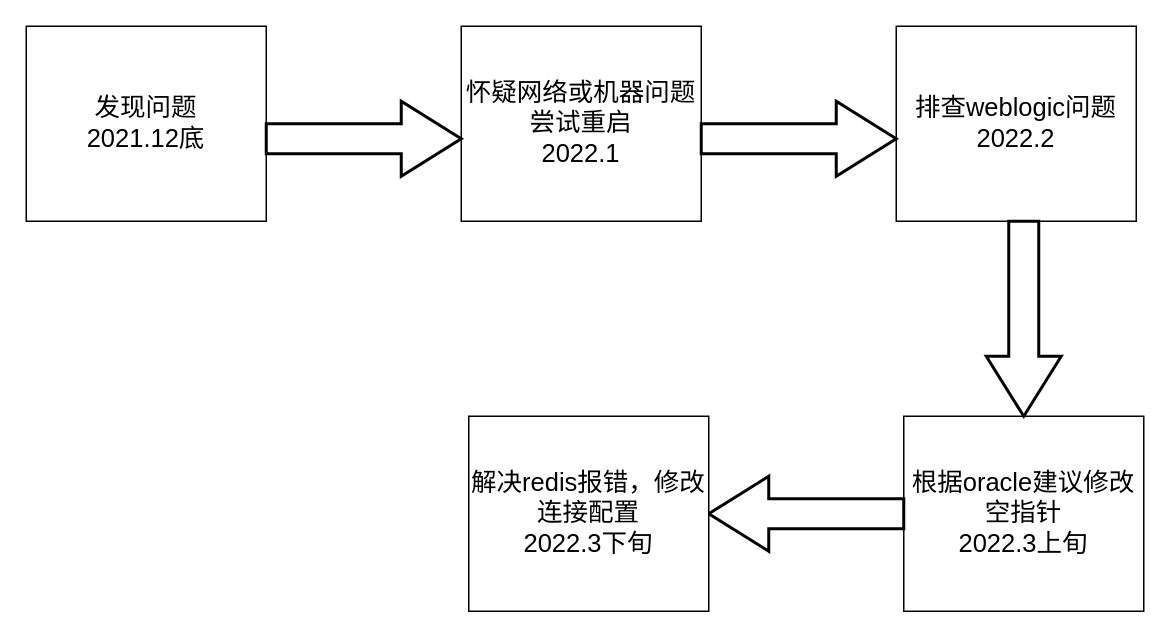
Before: 未命名绘图3.drawio in 158698706/tt4a, a draw.io diagram. Source tidied: cells renumbered, new cells numbered last; positions are measured from the earlier drawing's top-left corner, leaving out a move shared by most shapes. Both pictures are drawn from the tidied source at 150%, with x=0, y=0 at pixel (26, 26).
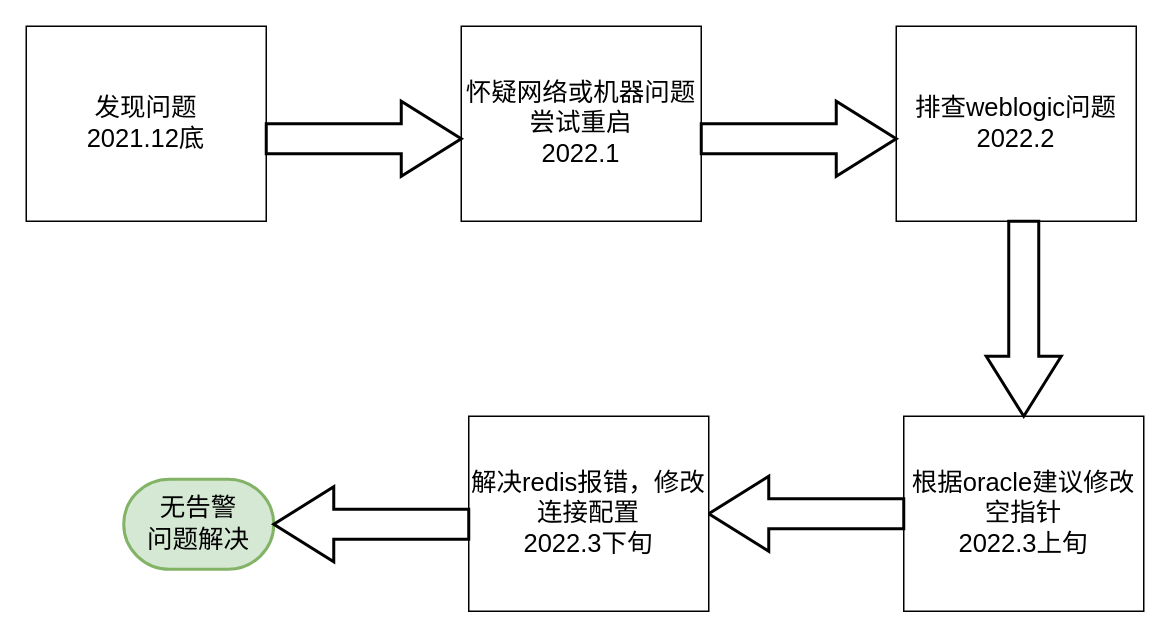
The same page after the edit.

Commit message (it also covers changes not shown here):
更新未命名绘图3.drawio

Change to the diagram source:
```diff
@@
 <mxGraphModel>
   <root>
     <mxCell id="0" />
     <mxCell id="1" parent="0" />
     <mxCell id="2" value="发现问题&lt;br style=&quot;font-size: 17px;&quot;&gt;2021.12底" style="rounded=0;whiteSpace=wrap;html=1;fontSize=17;" parent="1" vertex="1">
       <mxGeometry width="160" height="130" as="geometry" />
     </mxCell>
     <mxCell id="3" value="怀疑网络或机器问题&lt;br style=&quot;font-size: 17px&quot;&gt;尝试重启&lt;br style=&quot;font-size: 17px&quot;&gt;2022.1" style="whiteSpace=wrap;html=1;rounded=0;fontSize=17;" parent="1" vertex="1">
       <mxGeometry x="290" width="160" height="130" as="geometry" />
     </mxCell>
     <mxCell id="4" style="verticalLabelPosition=bottom;verticalAlign=top;html=1;strokeWidth=2;shape=mxgraph.arrows2.arrow;dy=0.6;dx=40;notch=0;" parent="1" vertex="1">
       <mxGeometry x="160" y="50" width="130" height="50" as="geometry" />
     </mxCell>
     <mxCell id="5" value="排查weblogic问题&lt;br style=&quot;font-size: 17px&quot;&gt;2022.2" style="whiteSpace=wrap;html=1;rounded=0;fontSize=17;" parent="1" vertex="1">
       <mxGeometry x="580" width="160" height="130" as="geometry" />
     </mxCell>
     <mxCell id="6" style="verticalLabelPosition=bottom;verticalAlign=top;html=1;strokeWidth=2;shape=mxgraph.arrows2.arrow;dy=0.6;dx=40;notch=0;" parent="1" vertex="1">
       <mxGeometry x="450" y="50" width="130" height="50" as="geometry" />
     </mxCell>
     <mxCell id="7" value="根据oracle建议修改空指针&lt;br style=&quot;font-size: 17px&quot;&gt;2022.3上旬" style="whiteSpace=wrap;html=1;rounded=0;fontSize=17;" parent="1" vertex="1">
       <mxGeometry x="585" y="260" width="160" height="130" as="geometry" />
     </mxCell>
     <mxCell id="8" style="verticalLabelPosition=bottom;verticalAlign=top;html=1;strokeWidth=2;shape=mxgraph.arrows2.arrow;dy=0.6;dx=40;notch=0;direction=south;" parent="1" vertex="1">
       <mxGeometry x="640" y="130" width="50" height="130" as="geometry" />
     </mxCell>
     <mxCell id="9" style="verticalLabelPosition=bottom;verticalAlign=top;html=1;strokeWidth=2;shape=mxgraph.arrows2.arrow;dy=0.6;dx=40;notch=0;direction=west;" parent="1" vertex="1">
       <mxGeometry x="455" y="300" width="130" height="50" as="geometry" />
     </mxCell>
     <mxCell id="10" value="解决redis报错，修改连接配置&lt;br style=&quot;font-size: 17px&quot;&gt;2022.3下旬" style="whiteSpace=wrap;html=1;rounded=0;fontSize=17;" parent="1" vertex="1">
       <mxGeometry x="295" y="260" width="160" height="130" as="geometry" />
     </mxCell>
+    <mxCell id="11" value="无告警&lt;br&gt;问题解决" style="strokeWidth=2;html=1;shape=mxgraph.flowchart.terminator;whiteSpace=wrap;fontSize=17;fillColor=#d5e8d4;strokeColor=#82b366;" parent="1" vertex="1">
+      <mxGeometry x="65" y="302" width="100" height="60" as="geometry" />
+    </mxCell>
+    <mxCell id="12" style="verticalLabelPosition=bottom;verticalAlign=top;html=1;strokeWidth=2;shape=mxgraph.arrows2.arrow;dy=0.6;dx=40;notch=0;direction=west;" parent="1" vertex="1">
+      <mxGeometry x="165" y="307" width="130" height="50" as="geometry" />
+    </mxCell>
   </root>
 </mxGraphModel>
```
